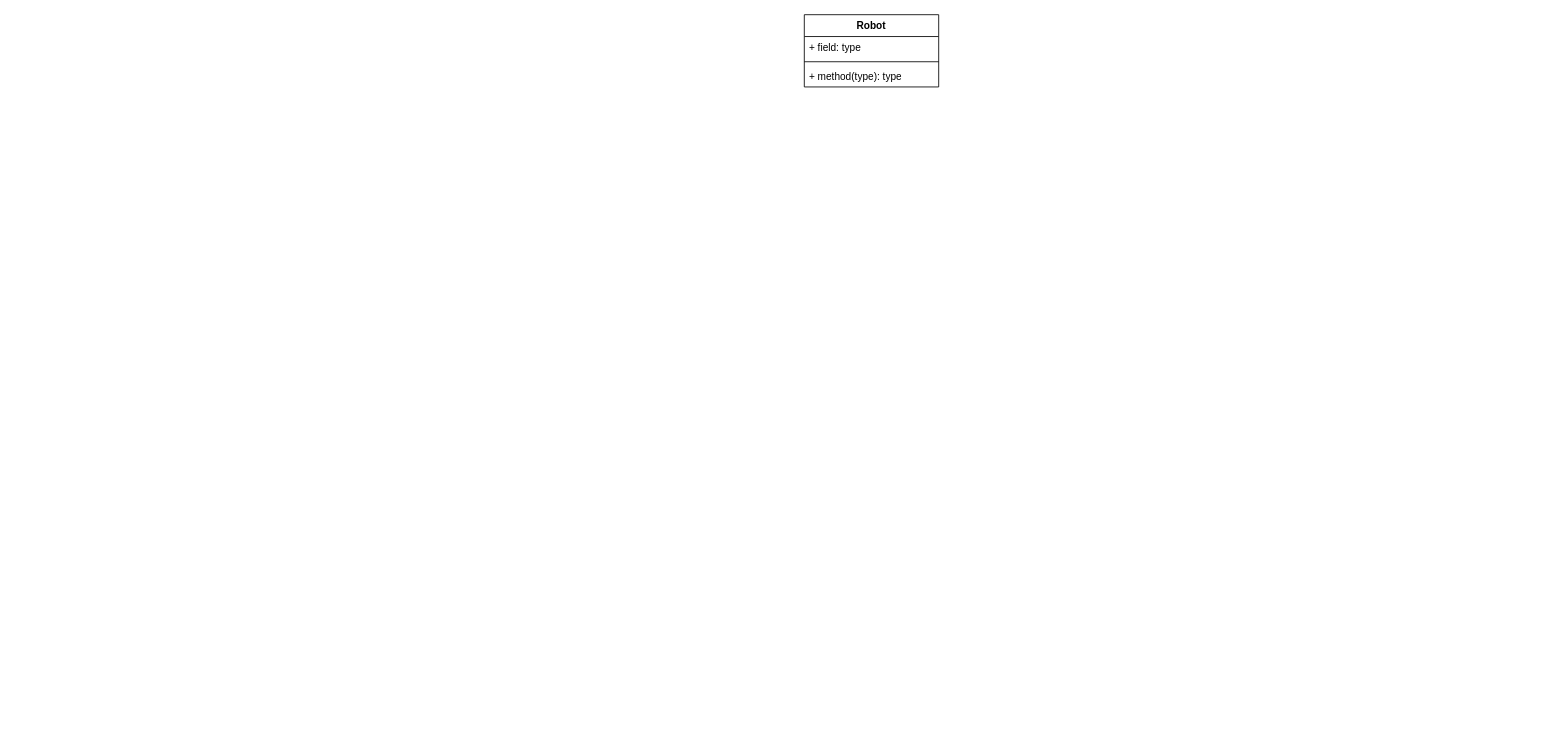
nattprog/oopds-robots keeps this draw.io diagram as drawio/UML.drawio. Above is the earlier version. Source tidied: cells renumbered, new cells numbered last; positions are measured from the earlier drawing's top-left corner, leaving out a move shared by most shapes. Both pictures are drawn from the tidied source at 84%, with x=0, y=0 at pixel (804, 14).
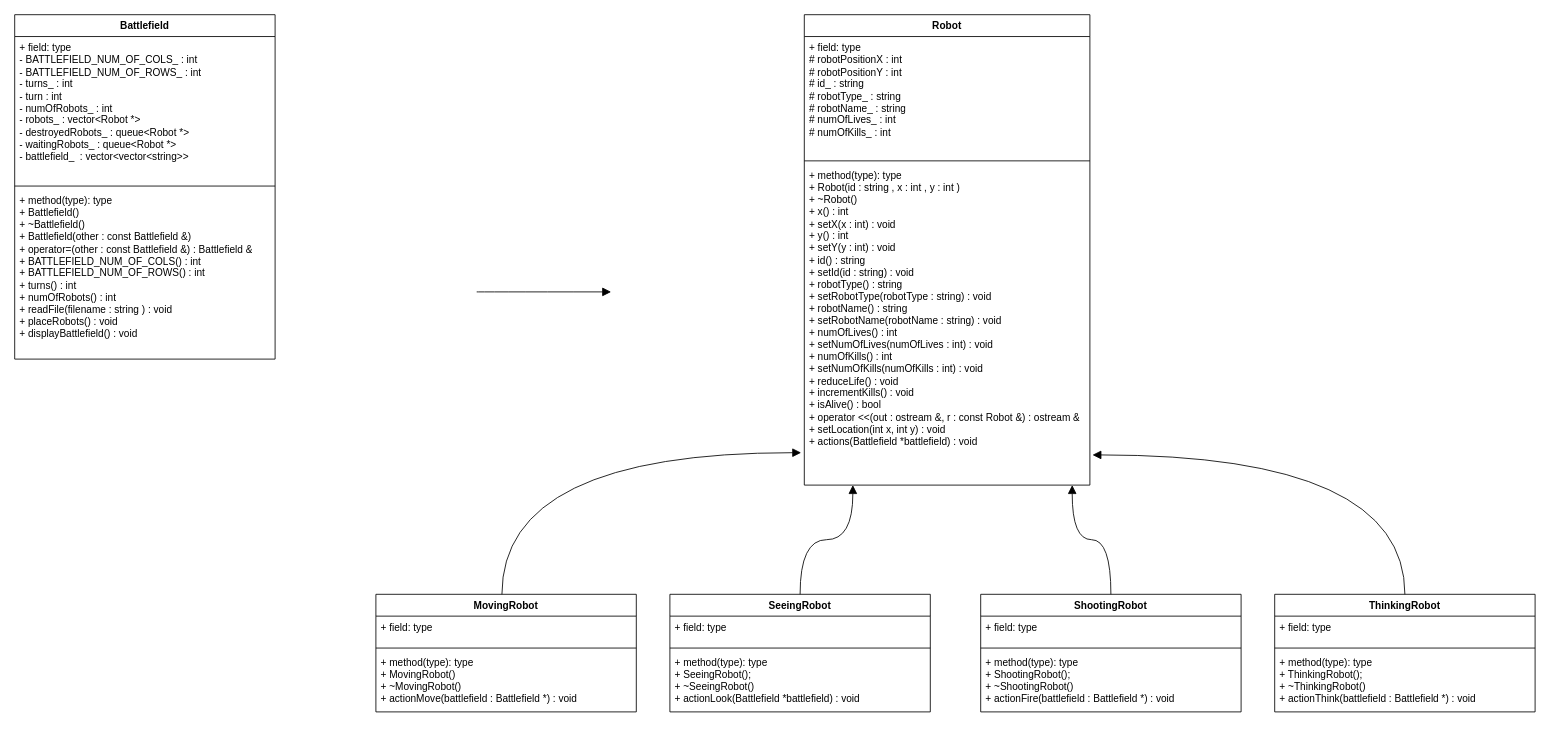
After the change.

What changed in the source:
```diff
@@
     <mxCell id="2" value="Robot" style="swimlane;fontStyle=1;align=center;verticalAlign=top;horizontal=1;startSize=26;whiteSpace=wrap;html=1;" parent="1" vertex="1">
-      <mxGeometry width="160" height="86" as="geometry" />
+      <mxGeometry width="340" height="560" as="geometry" />
     </mxCell>
-    <mxCell id="3" value="+ field: type" style="text;strokeColor=none;fillColor=none;align=left;verticalAlign=top;spacingLeft=4;spacingRight=4;overflow=hidden;whiteSpace=wrap;html=1;" parent="2" vertex="1">
-      <mxGeometry y="26" width="160" height="26" as="geometry" />
+    <mxCell id="3" value="&lt;div&gt;+ field: type&lt;/div&gt;&lt;div&gt;# robotPositionX : int&lt;/div&gt;&lt;div&gt;# robotPositionY : int&lt;/div&gt;&lt;div&gt;# id_ : string&lt;/div&gt;&lt;div&gt;# robotType_ : string&lt;/div&gt;&lt;div&gt;# robotName_ : string&lt;/div&gt;&lt;div&gt;# numOfLives_ : int&lt;/div&gt;&lt;div&gt;# numOfKills_ : int&lt;/div&gt;&lt;div&gt;&lt;br&gt;&lt;/div&gt;" style="text;strokeColor=none;fillColor=none;align=left;verticalAlign=top;spacingLeft=4;spacingRight=4;overflow=hidden;whiteSpace=wrap;html=1;" parent="2" vertex="1">
+      <mxGeometry y="26" width="340" height="144" as="geometry" />
     </mxCell>
     <mxCell id="4" style="line;strokeWidth=1;fillColor=none;align=left;verticalAlign=middle;spacingTop=-1;spacingLeft=3;spacingRight=3;labelPosition=right;strokeColor=inherit;" parent="2" vertex="1">
-      <mxGeometry y="52" width="160" height="8" as="geometry" />
+      <mxGeometry y="170" width="340" height="8" as="geometry" />
     </mxCell>
-    <mxCell id="5" value="+ method(type): type" style="text;strokeColor=none;fillColor=none;align=left;verticalAlign=top;spacingLeft=4;spacingRight=4;overflow=hidden;points=[[0,0.5],[1,0.5]];portConstraint=eastwest;whiteSpace=wrap;html=1;" parent="2" vertex="1">
-      <mxGeometry y="60" width="160" height="26" as="geometry" />
+    <mxCell id="5" value="&lt;div&gt;+ method(type): type&lt;/div&gt;&lt;div&gt;+ Robot(id : string , x : int , y : int )&lt;/div&gt;&lt;div&gt;+ ~Robot()&lt;/div&gt;&lt;div&gt;+ x() : int&lt;/div&gt;&lt;div&gt;+ setX(x : int) : void&lt;/div&gt;&lt;div&gt;+ y() : int&lt;/div&gt;&lt;div&gt;+ setY(y : int) : void &lt;br&gt;&lt;/div&gt;&lt;div&gt;+ id() : string&lt;/div&gt;&lt;div&gt;+ setId(id : string) : void&lt;/div&gt;&lt;div&gt;+ robotType() : string&lt;/div&gt;&lt;div&gt;+ setRobotType(robotType : string) : void&lt;/div&gt;&lt;div&gt;+ robotName() : string&lt;/div&gt;&lt;div&gt;+ setRobotName(robotName : string) : void&lt;/div&gt;&lt;div&gt;+ numOfLives() : int&lt;/div&gt;&lt;div&gt;+ setNumOfLives(numOfLives : int) : void&lt;/div&gt;&lt;div&gt;+ numOfKills() : int&lt;/div&gt;&lt;div&gt;+ setNumOfKills(numOfKills : int) : void&lt;/div&gt;&lt;div&gt;+ reduceLife() : void&lt;/div&gt;&lt;div&gt;+ incrementKills() : void&lt;/div&gt;&lt;div&gt;+ isAlive() : bool&lt;/div&gt;&lt;div&gt;+ operator &amp;lt;&amp;lt;(out : ostream &amp;amp;, r : const Robot &amp;amp;) : ostream &amp;amp;&lt;/div&gt;&lt;div&gt;+ setLocation(int x, int y) : void&lt;/div&gt;&lt;div&gt;+ actions(Battlefield *battlefield) : void&lt;/div&gt;&lt;div&gt;&lt;br&gt;&lt;/div&gt;" style="text;strokeColor=none;fillColor=none;align=left;verticalAlign=top;spacingLeft=4;spacingRight=4;overflow=hidden;points=[[0,0.5],[1,0.5]];portConstraint=eastwest;whiteSpace=wrap;html=1;" parent="2" vertex="1">
+      <mxGeometry y="178" width="340" height="382" as="geometry" />
     </mxCell>
+    <mxCell id="6" value="Battlefield" style="swimlane;fontStyle=1;align=center;verticalAlign=top;horizontal=1;startSize=26;whiteSpace=wrap;html=1;" parent="1" vertex="1">
+      <mxGeometry x="-940" width="310" height="410" as="geometry" />
+    </mxCell>
+    <mxCell id="7" value="&lt;div&gt;+ field: type&lt;br&gt;- BATTLEFIELD_NUM_OF_COLS_ : int&lt;/div&gt;&lt;div&gt;- BATTLEFIELD_NUM_OF_ROWS_ : int&lt;br&gt;- turns_ : int&amp;nbsp;&lt;/div&gt;&lt;div&gt;- turn :&amp;nbsp;int&lt;/div&gt;&lt;div&gt;- numOfRobots_ : int&lt;/div&gt;&lt;div&gt;- robots_ : vector&amp;lt;Robot *&amp;gt;&lt;br&gt;- destroyedRobots_ : queue&amp;lt;Robot *&amp;gt;&lt;br&gt;- waitingRobots_ : queue&amp;lt;Robot *&amp;gt;&lt;br&gt;- battlefield_&amp;nbsp; : vector&amp;lt;vector&amp;lt;string&amp;gt;&amp;gt;&lt;/div&gt;" style="text;strokeColor=none;fillColor=none;align=left;verticalAlign=top;spacingLeft=4;spacingRight=4;overflow=hidden;whiteSpace=wrap;html=1;" parent="6" vertex="1">
+      <mxGeometry y="26" width="310" height="174" as="geometry" />
+    </mxCell>
+    <mxCell id="8" style="line;strokeWidth=1;fillColor=none;align=left;verticalAlign=middle;spacingTop=-1;spacingLeft=3;spacingRight=3;labelPosition=right;strokeColor=inherit;" parent="6" vertex="1">
+      <mxGeometry y="200" width="310" height="8" as="geometry" />
+    </mxCell>
+    <mxCell id="9" value="+ method(type): type&lt;br&gt;+ Battlefield()&lt;br&gt;+ ~Battlefield()&lt;br&gt;+ Battlefield(other : const Battlefield &amp;amp;)&lt;br&gt;+ operator=(other : const Battlefield &amp;amp;) : Battlefield &amp;amp;&lt;br&gt;+ BATTLEFIELD_NUM_OF_COLS() : int&lt;br&gt;+ BATTLEFIELD_NUM_OF_ROWS() : int&lt;br&gt;+ turns() : int&lt;br&gt;+ numOfRobots() : int&lt;br&gt;+ readFile(filename : string ) : void&lt;br&gt;+ placeRobots() : void&lt;br&gt;+ displayBattlefield() : void" style="text;strokeColor=none;fillColor=none;align=left;verticalAlign=top;spacingLeft=4;spacingRight=4;overflow=hidden;whiteSpace=wrap;html=1;" parent="6" vertex="1">
+      <mxGeometry y="208" width="310" height="202" as="geometry" />
+    </mxCell>
+    <mxCell id="10" value="MovingRobot" style="swimlane;fontStyle=1;align=center;verticalAlign=top;horizontal=1;startSize=26;whiteSpace=wrap;html=1;" parent="1" vertex="1">
+      <mxGeometry x="-510" y="690" width="310" height="140" as="geometry" />
+    </mxCell>
+    <mxCell id="11" value="&lt;div&gt;+ field: type&lt;/div&gt;&lt;div&gt;&lt;br&gt;&lt;/div&gt;" style="text;strokeColor=none;fillColor=none;align=left;verticalAlign=top;spacingLeft=4;spacingRight=4;overflow=hidden;whiteSpace=wrap;html=1;" parent="10" vertex="1">
+      <mxGeometry y="26" width="310" height="34" as="geometry" />
+    </mxCell>
+    <mxCell id="12" style="line;strokeWidth=1;fillColor=none;align=left;verticalAlign=middle;spacingTop=-1;spacingLeft=3;spacingRight=3;labelPosition=right;strokeColor=inherit;" parent="10" vertex="1">
+      <mxGeometry y="60" width="310" height="8" as="geometry" />
+    </mxCell>
+    <mxCell id="13" value="&lt;div&gt;+ method(type): type&lt;/div&gt;&lt;div&gt;+ MovingRobot()&lt;/div&gt;&lt;div&gt;+ ~MovingRobot()&lt;/div&gt;+ actionMove(battlefield : Battlefield *) : void" style="text;strokeColor=none;fillColor=none;align=left;verticalAlign=top;spacingLeft=4;spacingRight=4;overflow=hidden;whiteSpace=wrap;html=1;" parent="10" vertex="1">
+      <mxGeometry y="68" width="310" height="72" as="geometry" />
+    </mxCell>
+    <mxCell id="14" value="SeeingRobot" style="swimlane;fontStyle=1;align=center;verticalAlign=top;horizontal=1;startSize=26;whiteSpace=wrap;html=1;" parent="1" vertex="1">
+      <mxGeometry x="-160" y="690" width="310" height="140" as="geometry" />
+    </mxCell>
+    <mxCell id="15" value="&lt;div&gt;+ field: type&lt;/div&gt;&lt;div&gt;&lt;br&gt;&lt;/div&gt;" style="text;strokeColor=none;fillColor=none;align=left;verticalAlign=top;spacingLeft=4;spacingRight=4;overflow=hidden;whiteSpace=wrap;html=1;" parent="14" vertex="1">
+      <mxGeometry y="26" width="310" height="34" as="geometry" />
+    </mxCell>
+    <mxCell id="16" style="line;strokeWidth=1;fillColor=none;align=left;verticalAlign=middle;spacingTop=-1;spacingLeft=3;spacingRight=3;labelPosition=right;strokeColor=inherit;" parent="14" vertex="1">
+      <mxGeometry y="60" width="310" height="8" as="geometry" />
+    </mxCell>
+    <mxCell id="17" value="&lt;div&gt;+ method(type): type&lt;/div&gt;&lt;div&gt;+ SeeingRobot();&lt;/div&gt;&lt;div&gt;+ ~SeeingRobot()&lt;/div&gt;+ actionLook(Battlefield *battlefield) : void" style="text;strokeColor=none;fillColor=none;align=left;verticalAlign=top;spacingLeft=4;spacingRight=4;overflow=hidden;whiteSpace=wrap;html=1;" parent="14" vertex="1">
+      <mxGeometry y="68" width="310" height="72" as="geometry" />
+    </mxCell>
+    <mxCell id="18" value="ShootingRobot" style="swimlane;fontStyle=1;align=center;verticalAlign=top;horizontal=1;startSize=26;whiteSpace=wrap;html=1;" parent="1" vertex="1">
+      <mxGeometry x="210" y="690" width="310" height="140" as="geometry" />
+    </mxCell>
+    <mxCell id="19" value="&lt;div&gt;+ field: type&lt;/div&gt;&lt;div&gt;&lt;br&gt;&lt;/div&gt;" style="text;strokeColor=none;fillColor=none;align=left;verticalAlign=top;spacingLeft=4;spacingRight=4;overflow=hidden;whiteSpace=wrap;html=1;" parent="18" vertex="1">
+      <mxGeometry y="26" width="310" height="34" as="geometry" />
+    </mxCell>
+    <mxCell id="20" style="line;strokeWidth=1;fillColor=none;align=left;verticalAlign=middle;spacingTop=-1;spacingLeft=3;spacingRight=3;labelPosition=right;strokeColor=inherit;" parent="18" vertex="1">
+      <mxGeometry y="60" width="310" height="8" as="geometry" />
+    </mxCell>
+    <mxCell id="21" value="&lt;div&gt;+ method(type): type&lt;/div&gt;+ ShootingRobot();&lt;br&gt;&lt;div&gt;+ ~ShootingRobot()&lt;/div&gt;&lt;div&gt;+ actionFire(battlefield : Battlefield *) : void&lt;/div&gt;" style="text;strokeColor=none;fillColor=none;align=left;verticalAlign=top;spacingLeft=4;spacingRight=4;overflow=hidden;whiteSpace=wrap;html=1;" parent="18" vertex="1">
+      <mxGeometry y="68" width="310" height="72" as="geometry" />
+    </mxCell>
+    <mxCell id="22" value="ThinkingRobot" style="swimlane;fontStyle=1;align=center;verticalAlign=top;horizontal=1;startSize=26;whiteSpace=wrap;html=1;" parent="1" vertex="1">
+      <mxGeometry x="560" y="690" width="310" height="140" as="geometry" />
+    </mxCell>
+    <mxCell id="23" value="&lt;div&gt;+ field: type&lt;/div&gt;&lt;div&gt;&lt;br&gt;&lt;/div&gt;" style="text;strokeColor=none;fillColor=none;align=left;verticalAlign=top;spacingLeft=4;spacingRight=4;overflow=hidden;whiteSpace=wrap;html=1;" parent="22" vertex="1">
+      <mxGeometry y="26" width="310" height="34" as="geometry" />
+    </mxCell>
+    <mxCell id="24" style="line;strokeWidth=1;fillColor=none;align=left;verticalAlign=middle;spacingTop=-1;spacingLeft=3;spacingRight=3;labelPosition=right;strokeColor=inherit;" parent="22" vertex="1">
+      <mxGeometry y="60" width="310" height="8" as="geometry" />
+    </mxCell>
+    <mxCell id="25" value="&lt;div&gt;+ method(type): type&lt;/div&gt;&lt;div&gt;+ ThinkingRobot();&lt;/div&gt;&lt;div&gt;+ ~ThinkingRobot()&lt;/div&gt;&lt;div&gt;+ actionThink(battlefield : Battlefield *) : void&lt;/div&gt;" style="text;strokeColor=none;fillColor=none;align=left;verticalAlign=top;spacingLeft=4;spacingRight=4;overflow=hidden;whiteSpace=wrap;html=1;" parent="22" vertex="1">
+      <mxGeometry y="68" width="310" height="72" as="geometry" />
+    </mxCell>
+    <mxCell id="26" style="endArrow=block;endFill=1;html=1;edgeStyle=orthogonalEdgeStyle;align=left;verticalAlign=top;rounded=0;fontSize=12;startSize=8;endSize=8;curved=1;" parent="1" edge="1">
+      <mxGeometry x="-1" relative="1" as="geometry">
+        <mxPoint x="-390" y="330" as="sourcePoint" />
+        <mxPoint x="-230" y="330" as="targetPoint" />
+      </mxGeometry>
+    </mxCell>
+    <mxCell id="27" style="endArrow=block;endFill=1;html=1;edgeStyle=orthogonalEdgeStyle;align=left;verticalAlign=top;rounded=0;fontSize=12;startSize=8;endSize=8;curved=1;exitX=0.484;exitY=0;exitDx=0;exitDy=0;exitPerimeter=0;entryX=-0.011;entryY=0.899;entryDx=0;entryDy=0;entryPerimeter=0;" parent="1" edge="1" source="10" target="5">
+      <mxGeometry x="-1" relative="1" as="geometry" />
+    </mxCell>
+    <mxCell id="28" style="endArrow=block;endFill=1;html=1;edgeStyle=orthogonalEdgeStyle;align=left;verticalAlign=top;rounded=0;fontSize=12;startSize=8;endSize=8;curved=1;exitX=0.5;exitY=0;exitDx=0;exitDy=0;entryX=0.17;entryY=1;entryDx=0;entryDy=0;entryPerimeter=0;" parent="1" edge="1" source="14" target="5">
+      <mxGeometry x="-1" relative="1" as="geometry" />
+    </mxCell>
+    <mxCell id="29" style="endArrow=block;endFill=1;html=1;edgeStyle=orthogonalEdgeStyle;align=left;verticalAlign=top;rounded=0;fontSize=12;startSize=8;endSize=8;curved=1;exitX=0.5;exitY=0;exitDx=0;exitDy=0;entryX=0.938;entryY=1;entryDx=0;entryDy=0;entryPerimeter=0;" parent="1" edge="1" source="18" target="5">
+      <mxGeometry x="-1" relative="1" as="geometry" />
+    </mxCell>
+    <mxCell id="30" style="endArrow=block;endFill=1;html=1;edgeStyle=orthogonalEdgeStyle;align=left;verticalAlign=top;rounded=0;fontSize=12;startSize=8;endSize=8;curved=1;exitX=0.5;exitY=0;exitDx=0;exitDy=0;entryX=1.009;entryY=0.906;entryDx=0;entryDy=0;entryPerimeter=0;" parent="1" edge="1" source="22" target="5">
+      <mxGeometry x="-1" relative="1" as="geometry" />
+    </mxCell>
```
